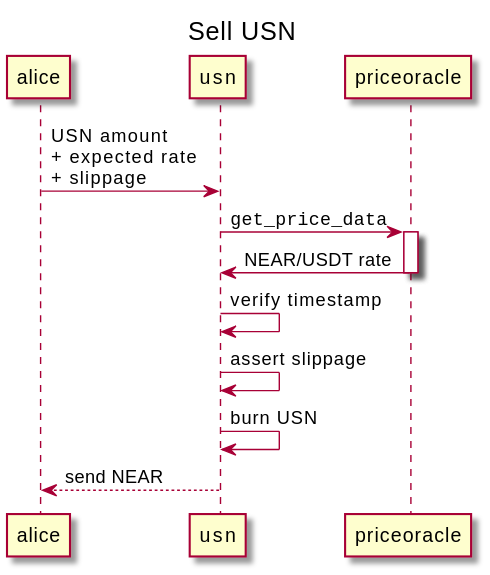
fdoperezi/usn keeps this PlantUML diagram as images/sell.svg. Above is the earlier version.
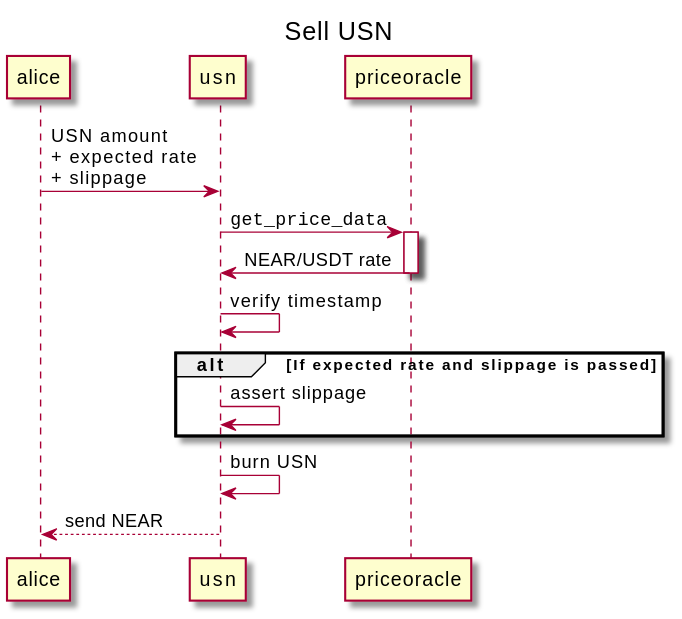
After the commit.

Commit message:
Add examples to README, refresh diagrams

Diff of the diagram source:
```diff
@@ -10,7 +10,10 @@
 deactivate priceoracle
 usn -> usn: verify timestamp
 
+alt If expected rate and slippage is passed
 usn -> usn: assert slippage
+end
+
 usn -> usn: burn USN
 alice <-- usn: send NEAR
 @enduml
```
